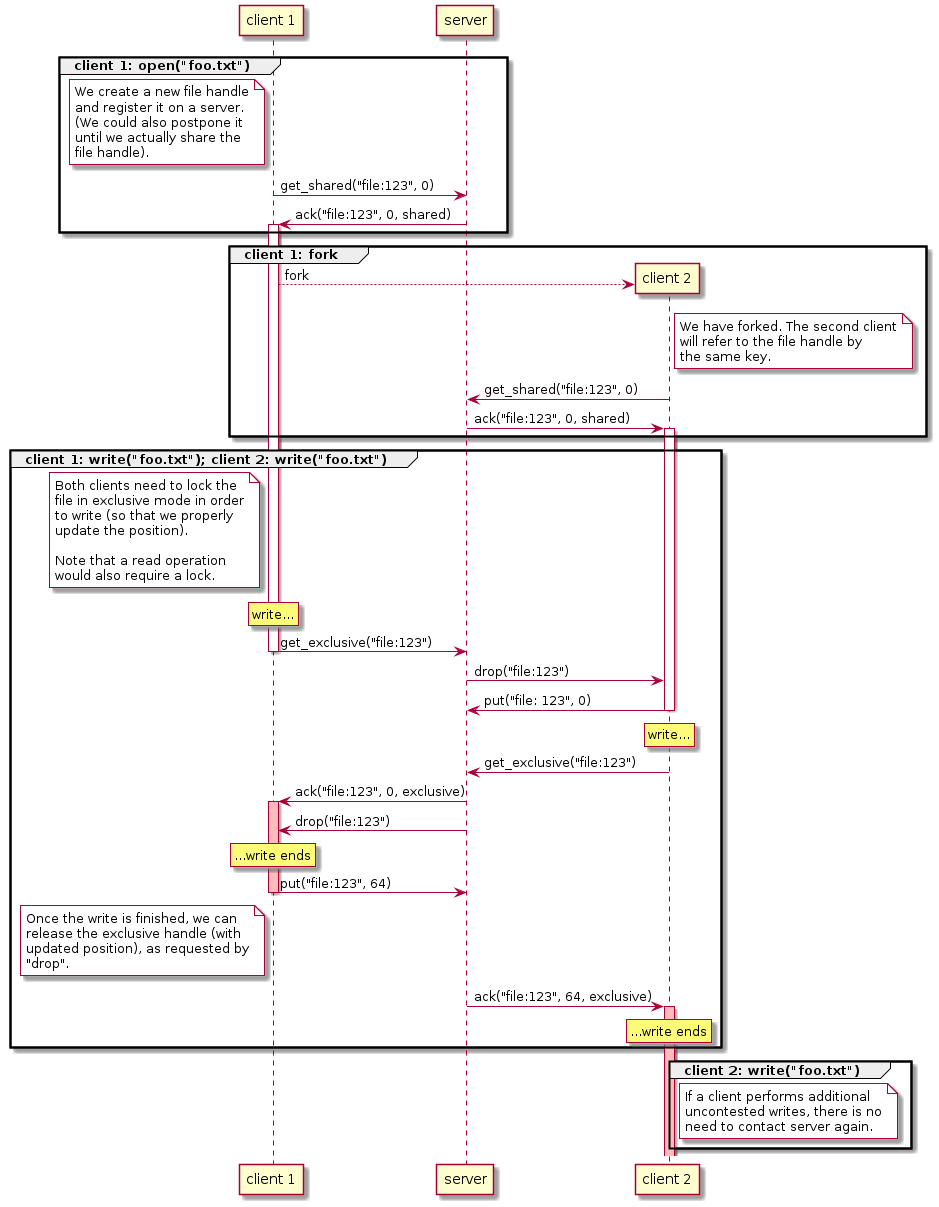
Above: diagrams/write.png in pwmarcz/fs-demo (PlantUML), before the change.
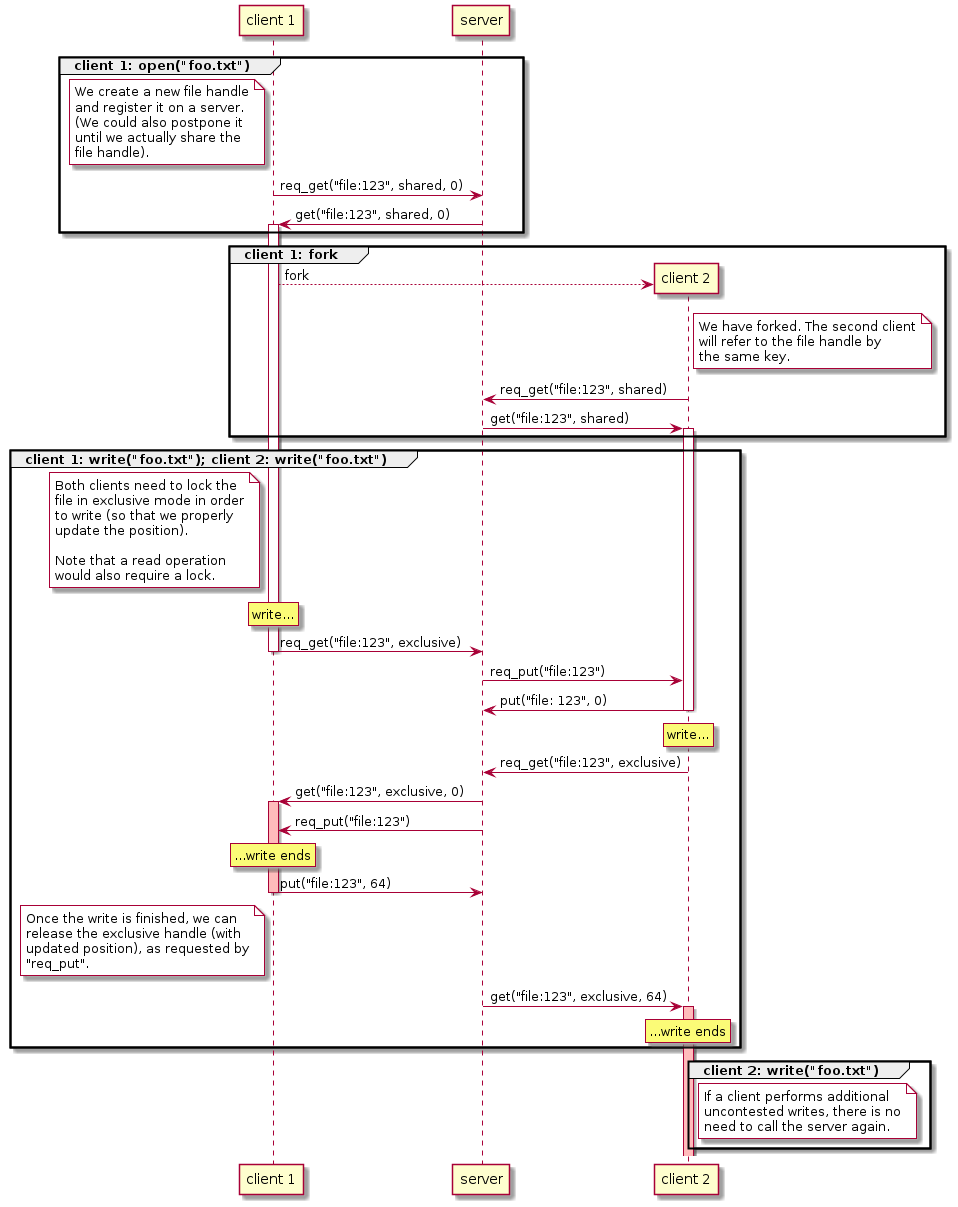
The same diagram one commit later.

What changed in the source:
```diff
@@ -13,8 +13,8 @@
     file handle).
   end note
 
-  c1 -> s: get_shared("file:123", 0)
-  s -> c1: ack("file:123", 0, shared)
+  c1 -> s: req_get("file:123", shared, 0)
+  s -> c1: get("file:123", shared, 0)
   activate c1
 end
 
@@ -28,8 +28,8 @@
     the same key.
   end note
 
-  c2 -> s: get_shared("file:123", 0)
-  s -> c2: ack("file:123", 0, shared)
+  c2 -> s: req_get("file:123", shared)
+  s -> c2: get("file:123", shared)
   activate c2
 end
 
@@ -47,20 +47,20 @@
 
   rnote over c1: write...
 
-  c1 -> s: get_exclusive("file:123")
+  c1 -> s: req_get("file:123", exclusive)
   deactivate c1
-  s -> c2: drop("file:123")
+  s -> c2: req_put("file:123")
   c2 -> s: put("file: 123", 0)
   deactivate c2
 
   rnote over c2: write...
 
-  c2 -> s: get_exclusive("file:123")
+  c2 -> s: req_get("file:123", exclusive)
 
-  s -> c1: ack("file:123", 0, exclusive)
+  s -> c1: get("file:123", exclusive, 0)
   activate c1 #ffbbbb
 
-  s -> c1: drop("file:123")
+  s -> c1: req_put("file:123")
 
   rnote over c1: ...write ends
 
@@ -71,9 +71,9 @@
     Once the write is finished, we can
     release the exclusive handle (with
     updated position), as requested by
-    "drop".
+    "req_put".
   end note
-  s -> c2: ack("file:123", 64, exclusive)
+  s -> c2: get("file:123", exclusive, 64)
   activate c2 #ffbbbb
 
   rnote over c2: ...write ends
@@ -83,7 +83,7 @@
   note right of c2 #white
     If a client performs additional
     uncontested writes, there is no
-    need to contact server again.
+    need to call the server again.
   end note
 end
 @enduml
```
